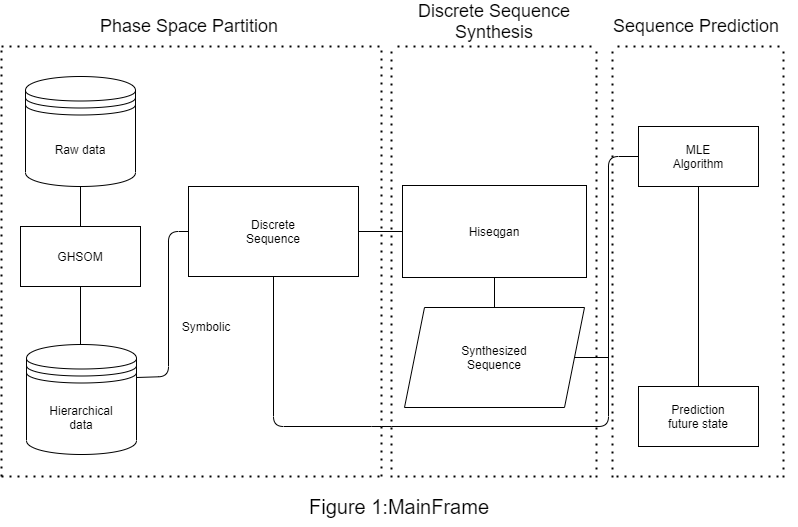
Earlier version of the draw.io export image/mainframe.png (lina2360/HiSeqGan). Source tidied: cells renumbered, new cells last; positions are measured from the earlier drawing's top-left corner, leaving out a move shared by most shapes.
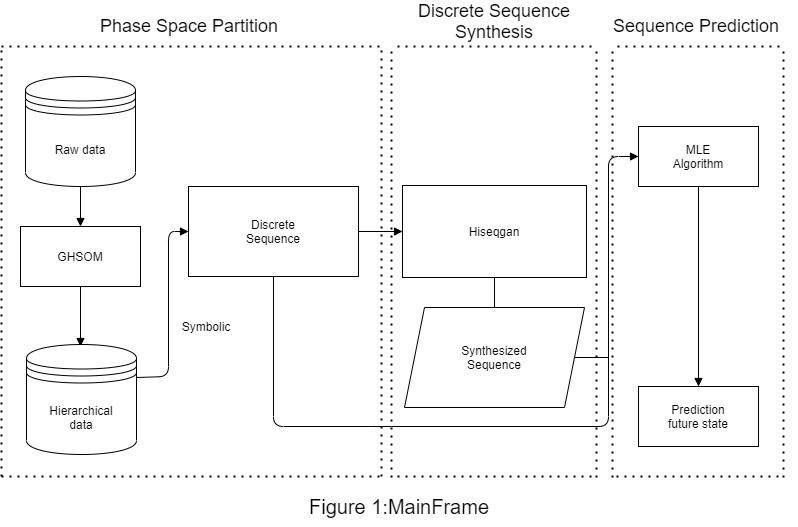
After the commit.

What changed in the source:
```diff
@@ -20,17 +20,17 @@
     <mxCell id="7" value="Prediction&lt;br&gt;future state" style="rounded=0;whiteSpace=wrap;html=1;" parent="1" vertex="1">
       <mxGeometry x="637" y="385" width="120" height="60" as="geometry" />
     </mxCell>
-    <mxCell id="8" style="endArrow=none;html=1;exitX=0.5;exitY=1;exitDx=0;exitDy=0;entryX=0.5;entryY=0;entryDx=0;entryDy=0;" parent="1" edge="1" target="2">
+    <mxCell id="8" style="endArrow=block;html=1;exitX=0.5;exitY=1;exitDx=0;exitDy=0;entryX=0.5;entryY=0;entryDx=0;entryDy=0;startArrow=none;startFill=0;endFill=1;" parent="1" edge="1" target="2">
       <mxGeometry relative="1" as="geometry">
         <mxPoint x="79" y="165" as="sourcePoint" />
       </mxGeometry>
     </mxCell>
-    <mxCell id="9" style="endArrow=none;html=1;exitX=0.5;exitY=1;exitDx=0;exitDy=0;entryX=0.5;entryY=0;entryDx=0;entryDy=0;" parent="1" edge="1" source="2">
+    <mxCell id="9" style="endArrow=block;html=1;exitX=0.5;exitY=1;exitDx=0;exitDy=0;entryX=0.5;entryY=0;entryDx=0;entryDy=0;endFill=1;" parent="1" edge="1" source="2">
       <mxGeometry relative="1" as="geometry">
         <mxPoint x="79" y="345" as="targetPoint" />
       </mxGeometry>
     </mxCell>
-    <mxCell id="10" style="endArrow=none;html=1;entryX=0;entryY=0.5;entryDx=0;entryDy=0;exitX=1;exitY=0.3;exitDx=0;exitDy=0;" parent="1" edge="1" source="17" target="3">
+    <mxCell id="10" style="endArrow=block;html=1;entryX=0;entryY=0.5;entryDx=0;entryDy=0;exitX=1;exitY=0.3;exitDx=0;exitDy=0;endFill=1;" parent="1" edge="1" source="17" target="3">
       <mxGeometry relative="1" as="geometry">
         <Array as="points">
           <mxPoint x="167" y="375" />
@@ -41,7 +41,7 @@
     <mxCell id="11" style="endArrow=none;html=1;entryX=0.5;entryY=1;entryDx=0;entryDy=0;" parent="1" edge="1" source="5" target="4">
       <mxGeometry relative="1" as="geometry" />
     </mxCell>
-    <mxCell id="12" style="endArrow=none;html=1;exitX=0.5;exitY=1;exitDx=0;exitDy=0;entryX=0;entryY=0.5;entryDx=0;entryDy=0;" parent="1" edge="1" source="3" target="6">
+    <mxCell id="12" style="endArrow=block;html=1;exitX=0.5;exitY=1;exitDx=0;exitDy=0;entryX=0;entryY=0.5;entryDx=0;entryDy=0;endFill=1;" parent="1" edge="1" source="3" target="6">
       <mxGeometry relative="1" as="geometry">
         <Array as="points">
           <mxPoint x="272" y="425" />
@@ -56,7 +56,7 @@
         <mxPoint x="607" y="356" as="sourcePoint" />
       </mxGeometry>
     </mxCell>
-    <mxCell id="14" style="endArrow=none;html=1;entryX=0.5;entryY=1;entryDx=0;entryDy=0;exitX=0.5;exitY=0;exitDx=0;exitDy=0;" parent="1" edge="1" source="7" target="6">
+    <mxCell id="14" style="endArrow=none;html=1;entryX=0.5;entryY=1;entryDx=0;entryDy=0;exitX=0.5;exitY=0;exitDx=0;exitDy=0;endFill=0;startArrow=block;startFill=1;" parent="1" edge="1" source="7" target="6">
       <mxGeometry relative="1" as="geometry" />
     </mxCell>
     <mxCell id="15" value="Symbolic" style="text;html=1;strokeColor=none;fillColor=none;align=center;verticalAlign=middle;whiteSpace=wrap;rounded=0;" parent="1" vertex="1">
@@ -71,7 +71,7 @@
     <mxCell id="18" value="&lt;font style=&quot;font-size: 20px&quot;&gt;Figure 1:MainFrame&lt;/font&gt;" style="text;html=1;strokeColor=none;fillColor=none;align=center;verticalAlign=middle;whiteSpace=wrap;rounded=0;" parent="1" vertex="1">
       <mxGeometry x="297" y="485" width="202" height="40" as="geometry" />
     </mxCell>
-    <mxCell id="19" style="endArrow=none;html=1;exitX=1;exitY=0.5;exitDx=0;exitDy=0;entryX=0;entryY=0.5;entryDx=0;entryDy=0;" parent="1" edge="1" source="3" target="4">
+    <mxCell id="19" style="endArrow=block;html=1;exitX=1;exitY=0.5;exitDx=0;exitDy=0;entryX=0;entryY=0.5;entryDx=0;entryDy=0;endFill=1;" parent="1" edge="1" source="3" target="4">
       <mxGeometry relative="1" as="geometry" />
     </mxCell>
     <mxCell id="20" style="endArrow=none;dashed=1;html=1;dashPattern=1 3;strokeWidth=2;" parent="1" edge="1">
```
